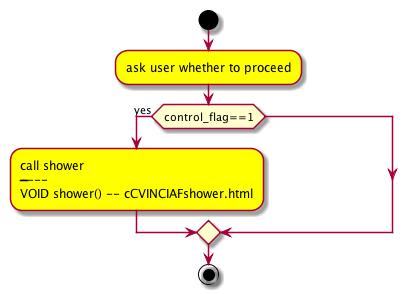
jlopezvi/Flowgen keeps this PlantUML diagram as images/cFmain.png. Above is the earlier version.
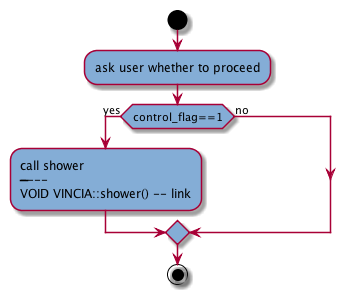
The same diagram one commit later.

Change to the diagram source:
```diff
@@ -1,11 +1,12 @@
 @startuml
 
 start
-:#yellow:ask user whether to proceed;
+ skinparam activityBackgroundColor #84add6
+:#84add6:ask user whether to proceed;
 
 if (control_flag==1) then(yes)
-   :#yellow:call shower\n--------\nVOID shower() -- [[cCVINCIAFshower.html]]\n;
-else
+   :#84add6:call shower\n--------\nVOID VINCIA::shower() -- [[aux.html#cCVINCIAFshower link]]\n;
+else(no)
 endif
 
 
```
